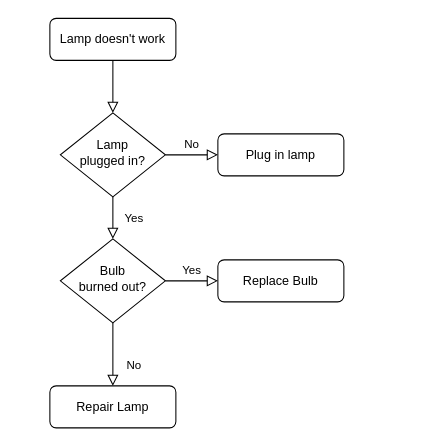
This is 2 vsStudio_P/210408_cSharp_basic_chap5/sukje_lotto/PPT/lottoAlgori.drawio from jhy0409/jhy0409, a draw.io file, before an edit. Source tidied: cells renumbered, new cells numbered last; positions are measured from the earlier drawing's top-left corner, leaving out a move shared by most shapes. Both pictures are drawn from the tidied source at 105%, with x=0, y=0 at pixel (49, 18).
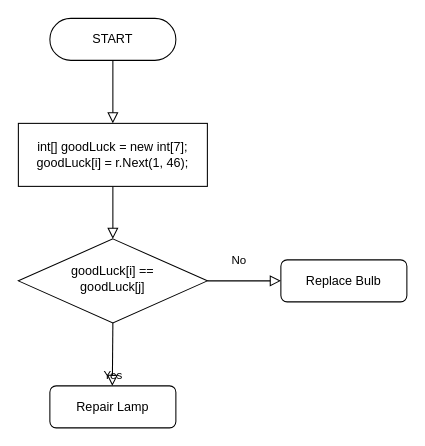
The same page after the edit.

Change to the diagram source:
```diff
@@
 <mxGraphModel>
   <root>
     <mxCell id="0" />
     <mxCell id="1" parent="0" />
     <mxCell id="2" style="rounded=0;html=1;jettySize=auto;fontSize=11;endArrow=block;endFill=0;endSize=8;strokeWidth=1;shadow=0;labelBackgroundColor=none;edgeStyle=orthogonalEdgeStyle;" parent="1" edge="1" source="3" target="6">
       <mxGeometry relative="1" as="geometry" />
     </mxCell>
-    <mxCell id="3" value="Lamp doesn't work" style="rounded=1;whiteSpace=wrap;html=1;fontSize=12;glass=0;strokeWidth=1;shadow=0;" parent="1" vertex="1">
+    <mxCell id="3" value="START" style="rounded=1;whiteSpace=wrap;html=1;fontSize=12;glass=0;strokeWidth=1;shadow=0;absoluteArcSize=1;arcSize=120;" parent="1" vertex="1">
       <mxGeometry width="120" height="40" as="geometry" />
     </mxCell>
-    <mxCell id="4" value="Yes" style="rounded=0;html=1;jettySize=auto;fontSize=11;endArrow=block;endFill=0;endSize=8;strokeWidth=1;shadow=0;labelBackgroundColor=none;edgeStyle=orthogonalEdgeStyle;" parent="1" edge="1" source="6" target="10">
-      <mxGeometry y="20" relative="1" as="geometry" />
+    <mxCell id="4" style="edgeStyle=orthogonalEdgeStyle;rounded=0;jettySize=auto;html=1;entryX=0.5;entryY=0;entryDx=0;entryDy=0;shadow=0;strokeWidth=1;labelBackgroundColor=none;endFill=0;endArrow=block;endSize=8;" parent="1" edge="1" source="6" target="10">
+      <mxGeometry relative="1" as="geometry" />
     </mxCell>
-    <mxCell id="5" value="No" style="edgeStyle=orthogonalEdgeStyle;rounded=0;html=1;jettySize=auto;fontSize=11;endArrow=block;endFill=0;endSize=8;strokeWidth=1;shadow=0;labelBackgroundColor=none;" parent="1" edge="1" source="6" target="7">
-      <mxGeometry y="10" relative="1" as="geometry" />
-    </mxCell>
-    <mxCell id="6" value="Lamp&lt;br&gt;plugged in?" style="rhombus;whiteSpace=wrap;html=1;shadow=0;fontFamily=Helvetica;fontSize=12;align=center;strokeWidth=1;spacing=6;spacingTop=-4;" parent="1" vertex="1">
-      <mxGeometry x="10" y="90" width="100" height="80" as="geometry" />
+    <mxCell id="6" value="&lt;div&gt;int[] goodLuck = new int[7];&lt;/div&gt;&lt;div&gt;goodLuck[i] = r.Next(1, 46);&lt;br&gt;&lt;/div&gt;" style="rounded=0;whiteSpace=wrap;html=1;glass=0;strokeWidth=1;" parent="1" vertex="1">
+      <mxGeometry x="-30" y="100" width="180" height="60" as="geometry" />
     </mxCell>
-    <mxCell id="7" value="Plug in lamp" style="rounded=1;whiteSpace=wrap;html=1;fontSize=12;glass=0;strokeWidth=1;shadow=0;" parent="1" vertex="1">
-      <mxGeometry x="160" y="110" width="120" height="40" as="geometry" />
-    </mxCell>
-    <mxCell id="8" value="No" style="rounded=0;html=1;jettySize=auto;fontSize=11;endArrow=block;endFill=0;endSize=8;strokeWidth=1;shadow=0;labelBackgroundColor=none;edgeStyle=orthogonalEdgeStyle;" parent="1" edge="1" source="10" target="11">
-      <mxGeometry x="0.33" y="20" relative="1" as="geometry" />
-    </mxCell>
-    <mxCell id="9" value="Yes" style="edgeStyle=orthogonalEdgeStyle;rounded=0;html=1;jettySize=auto;fontSize=11;endArrow=block;endFill=0;endSize=8;strokeWidth=1;shadow=0;labelBackgroundColor=none;" parent="1" edge="1" source="10" target="12">
-      <mxGeometry y="10" relative="1" as="geometry" />
-    </mxCell>
-    <mxCell id="10" value="Bulb&lt;br&gt;burned out?" style="rhombus;whiteSpace=wrap;html=1;shadow=0;fontFamily=Helvetica;fontSize=12;align=center;strokeWidth=1;spacing=6;spacingTop=-4;" parent="1" vertex="1">
-      <mxGeometry x="10" y="210" width="100" height="80" as="geometry" />
+    <mxCell id="10" value="goodLuck[i] == &lt;br&gt;goodLuck[j]" style="rhombus;whiteSpace=wrap;html=1;shadow=0;fontFamily=Helvetica;fontSize=12;align=center;strokeWidth=1;spacing=6;spacingTop=-4;" parent="1" vertex="1">
+      <mxGeometry x="-30" y="210" width="180" height="80" as="geometry" />
     </mxCell>
     <mxCell id="11" value="Repair Lamp" style="rounded=1;whiteSpace=wrap;html=1;fontSize=12;glass=0;strokeWidth=1;shadow=0;" parent="1" vertex="1">
       <mxGeometry y="350" width="120" height="40" as="geometry" />
     </mxCell>
     <mxCell id="12" value="Replace Bulb" style="rounded=1;whiteSpace=wrap;html=1;fontSize=12;glass=0;strokeWidth=1;shadow=0;" parent="1" vertex="1">
-      <mxGeometry x="160" y="230" width="120" height="40" as="geometry" />
+      <mxGeometry x="220" y="230" width="120" height="40" as="geometry" />
     </mxCell>
+    <mxCell id="9" value="No" style="edgeStyle=orthogonalEdgeStyle;rounded=0;html=1;jettySize=auto;fontSize=11;endArrow=block;endFill=0;endSize=8;strokeWidth=1;shadow=0;labelBackgroundColor=none;entryX=0;entryY=0.5;entryDx=0;entryDy=0;exitX=1;exitY=0.5;exitDx=0;exitDy=0;" parent="1" edge="1" source="10" target="12">
+      <mxGeometry x="-0.14" y="20" relative="1" as="geometry" />
+    </mxCell>
+    <mxCell id="13" value="Yes" style="rounded=0;html=1;jettySize=auto;fontSize=11;endArrow=block;endFill=0;endSize=8;strokeWidth=1;shadow=0;labelBackgroundColor=none;edgeStyle=orthogonalEdgeStyle;exitX=0.5;exitY=1;exitDx=0;exitDy=0;" parent="1" edge="1" source="10">
+      <mxGeometry x="-0.01" y="-20" relative="1" as="geometry">
+        <mxPoint x="59.5" y="350" as="targetPoint" />
+        <mxPoint x="20" y="20" as="offset" />
+      </mxGeometry>
+    </mxCell>
   </root>
 </mxGraphModel>
```
